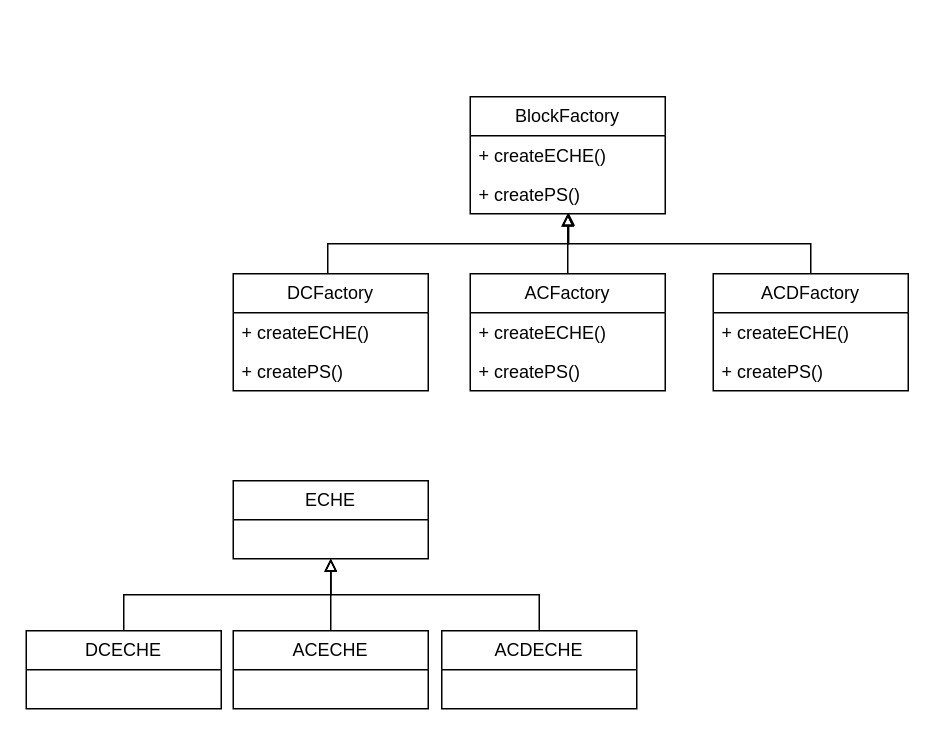
Earlier version of the draw.io diagram page "Factory" (8 of 8) of Мгновенные схемы.drawio (orlov-oleg-developer/asuter-UML). Source tidied: cells renumbered, new cells numbered last; positions are measured from the earlier drawing's top-left corner, leaving out a move shared by most shapes. Both pictures are drawn from the tidied source at 150%, with x=0, y=0 at pixel (26, 96).
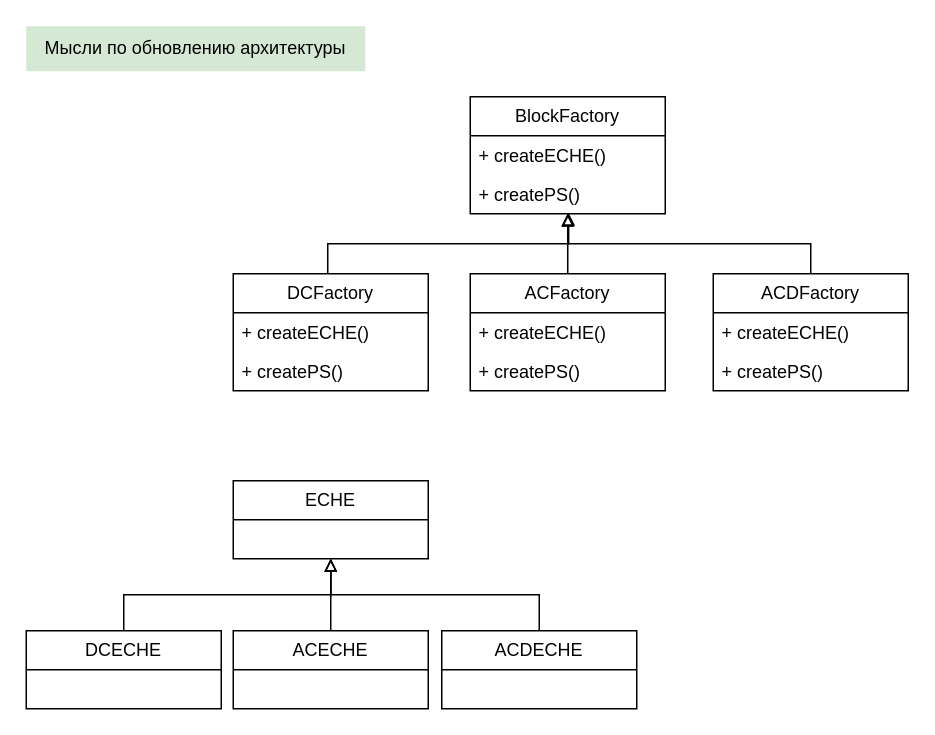
After the change.

What changed in the source:
```diff
@@
+    <mxCell id="24" value="Мысли по обновлению архитектуры" style="text;html=1;strokeColor=none;fillColor=#d5e8d4;align=center;verticalAlign=middle;whiteSpace=wrap;rounded=0;" parent="1" vertex="1">
+      <mxGeometry y="-47" width="226" height="30" as="geometry" />
+    </mxCell>
```
